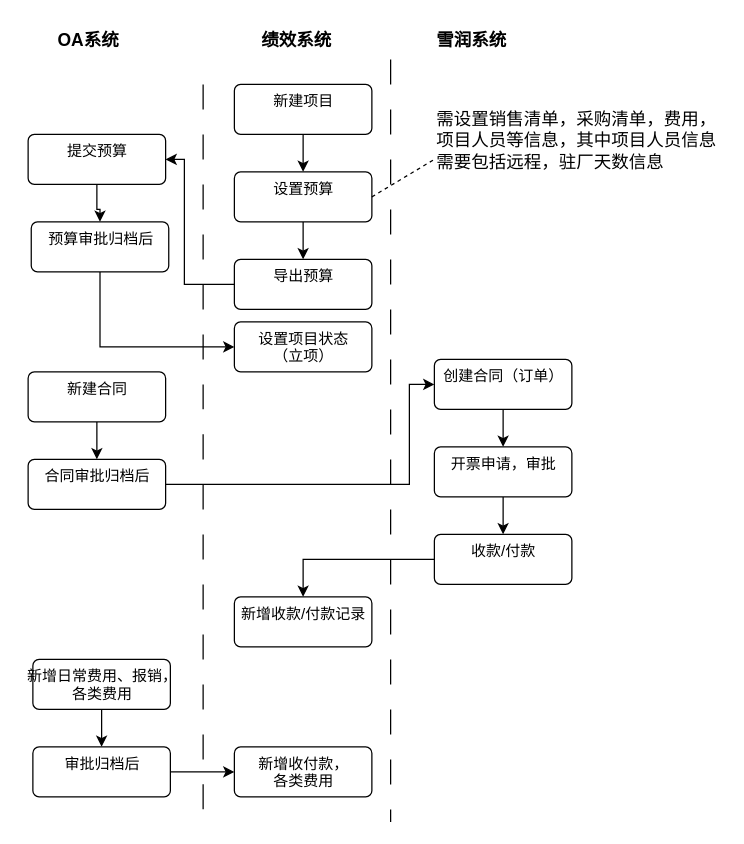
The draw.io diagram page "总体业务流程图 for 使用说明书" (6 of 7) of shrine-doc/项目绩效总体流程.drawio in easefulfil/CLOUDCARE, before the edit. Source tidied: cells renumbered, new cells numbered last; positions are measured from the earlier drawing's top-left corner, leaving out a move shared by most shapes. Both pictures are drawn from the tidied source at 125%, with x=0, y=0 at pixel (28, 21).
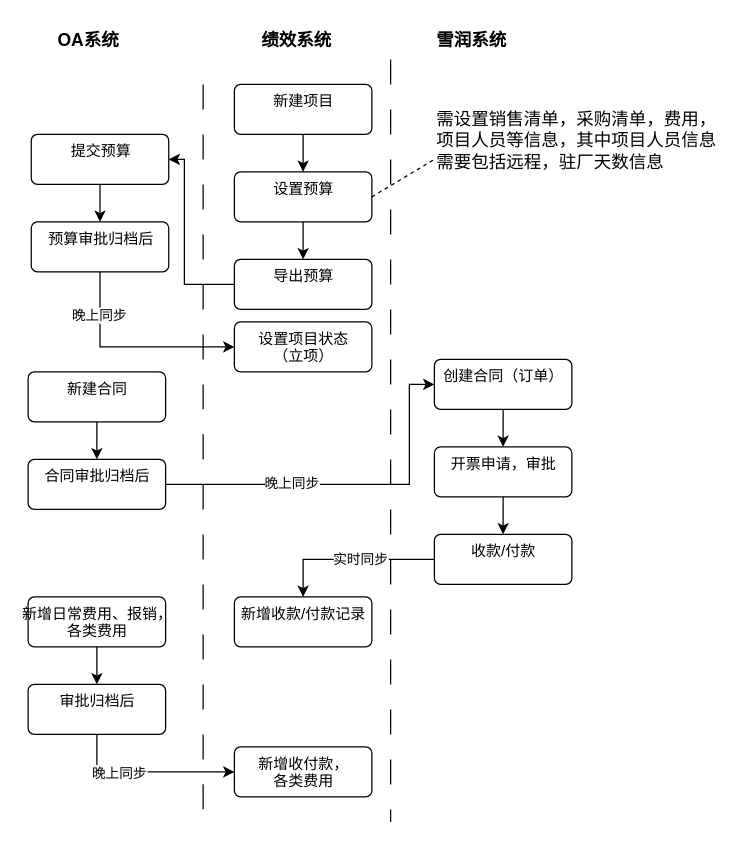
The same diagram, later.

Unchanged cells that the change refers to:
```xml
<mxCell id="16" style="edgeStyle=orthogonalEdgeStyle;rounded=0;jettySize=auto;html=1;entryX=0;entryY=0.5;entryDx=0;entryDy=0;exitX=0.5;exitY=1;exitDx=0;exitDy=0;" parent="1" edge="1" source="15" target="19">
  <mxGeometry relative="1" as="geometry" />
</mxCell>
<mxCell id="18" style="edgeStyle=orthogonalEdgeStyle;rounded=0;jettySize=auto;html=1;entryX=0;entryY=0.5;entryDx=0;entryDy=0;exitX=1;exitY=0.5;exitDx=0;exitDy=0;" parent="1" edge="1" source="17" target="23">
  <mxGeometry relative="1" as="geometry">
    <Array as="points">
      <mxPoint x="305" y="370" />
      <mxPoint x="305" y="290" />
    </Array>
  </mxGeometry>
</mxCell>
<mxCell id="26" style="edgeStyle=orthogonalEdgeStyle;rounded=0;jettySize=auto;html=1;entryX=0.5;entryY=0;entryDx=0;entryDy=0;" parent="1" edge="1" source="27" target="28">
  <mxGeometry relative="1" as="geometry">
    <Array as="points">
      <mxPoint x="220" y="430" />
    </Array>
  </mxGeometry>
</mxCell>
<mxCell id="33" value="新增收付款，&lt;br&gt;各类费用" style="html=1;align=center;verticalAlign=top;rounded=1;absoluteArcSize=1;arcSize=10;dashed=0;" parent="1" vertex="1">
  <mxGeometry x="165" y="580" width="110" height="40" as="geometry" />
</mxCell>
```

Diff of the diagram source:
```diff
@@
+    <mxCell id="36" value="晚上同步" style="edgeLabel;html=1;align=center;verticalAlign=middle;" parent="16" vertex="1">
+      <mxGeometry x="-0.59" y="-1" relative="1" as="geometry" />
+    </mxCell>
@@
+    <mxCell id="37" value="晚上同步" style="edgeLabel;html=1;align=center;verticalAlign=middle;" parent="18" vertex="1">
+      <mxGeometry x="-0.32" y="2" relative="1" as="geometry" />
+    </mxCell>
@@
     <mxCell id="21" value="提交预算" style="html=1;align=center;verticalAlign=top;rounded=1;absoluteArcSize=1;arcSize=10;dashed=0;" parent="1" vertex="1">
-      <mxGeometry y="90" width="110" height="40" as="geometry" />
+      <mxGeometry x="2.5" y="90" width="110" height="40" as="geometry" />
     </mxCell>
@@
+    <mxCell id="38" value="实时同步" style="edgeLabel;html=1;align=center;verticalAlign=middle;" parent="26" vertex="1">
+      <mxGeometry x="-0.11" y="-1" relative="1" as="geometry" />
+    </mxCell>
@@
     <mxCell id="30" value="新增日常费用、报销，&lt;br&gt;各类费用" style="html=1;align=center;verticalAlign=top;rounded=1;absoluteArcSize=1;arcSize=10;dashed=0;" parent="1" vertex="1">
-      <mxGeometry x="3.8" y="510" width="110" height="40" as="geometry" />
+      <mxGeometry y="460" width="110" height="40" as="geometry" />
     </mxCell>
     <mxCell id="31" value="审批归档后" style="html=1;align=center;verticalAlign=top;rounded=1;absoluteArcSize=1;arcSize=10;dashed=0;" parent="1" vertex="1">
-      <mxGeometry x="3.8" y="580" width="110" height="40" as="geometry" />
+      <mxGeometry y="530" width="110" height="40" as="geometry" />
     </mxCell>
-    <mxCell id="32" style="edgeStyle=orthogonalEdgeStyle;rounded=0;jettySize=auto;html=1;exitX=1;exitY=0.5;exitDx=0;exitDy=0;" parent="1" edge="1" source="31" target="33">
+    <mxCell id="32" style="edgeStyle=orthogonalEdgeStyle;rounded=0;jettySize=auto;html=1;exitX=0.5;exitY=1;exitDx=0;exitDy=0;entryX=0;entryY=0.5;entryDx=0;entryDy=0;" parent="1" edge="1" source="31" target="33">
       <mxGeometry relative="1" as="geometry" />
     </mxCell>
+    <mxCell id="39" value="晚上同步" style="edgeLabel;html=1;align=center;verticalAlign=middle;" parent="32" vertex="1">
+      <mxGeometry x="-0.33" relative="1" as="geometry" />
+    </mxCell>
```
